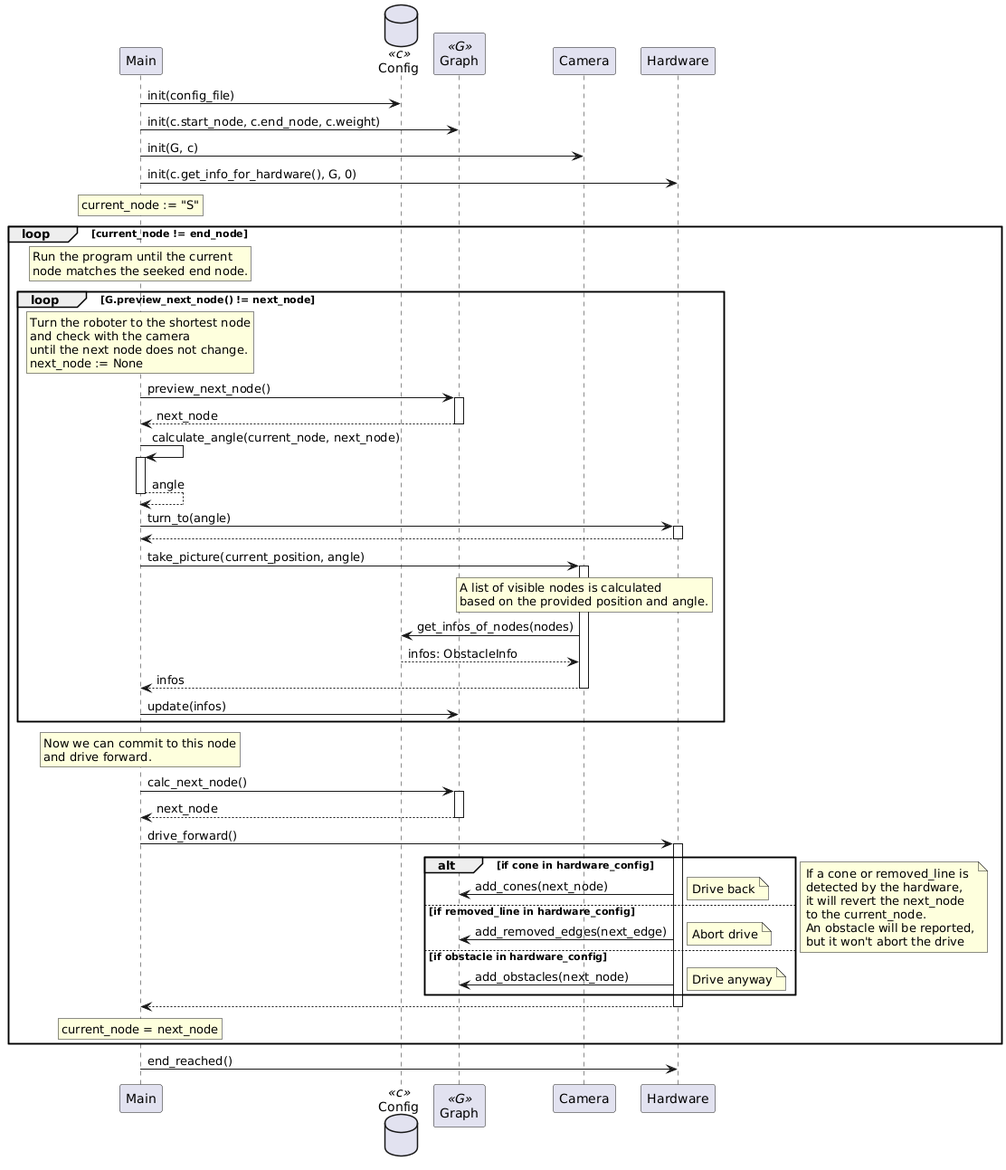
Earlier version of the PlantUML export img/simulation/Simulator_Laufzeitdiagramm.png (gianfurrer/hslu-pren1-documentation). The source it was exported from:
```plantuml
@startuml
participant Main
database Config<<c>>
participant Graph<<G>>
participant Camera
participant Hardware

Main -> Config : init(config_file)
Main -> Graph : init(c.start_node, c.end_node, c.weight)
Main -> Camera : init(G, c)
Main -> Hardware : init(c.get_info_for_hardware(), G, 0)

rnote over Main: current_node := "S"
loop current_node != end_node
  rnote over Main : Run the program until the current\nnode matches the seeked end node.
  loop G.preview_next_node() != next_node
    rnote over Main : Turn the roboter to the shortest node\nand check with the camera\nuntil the next node does not change.\nnext_node := None

    Main -> Graph : preview_next_node()
    activate Graph
    return next_node
    Main -> Main ++ : calculate_angle(current_node, next_node)
    return angle
    Main -> Hardware : turn_to(angle)
    activate Hardware
    return

    Main -> Camera : take_picture(current_position, angle)
    activate Camera
    rnote over Camera : A list of visible nodes is calculated\nbased on the provided position and angle.
    Camera -> Config : get_infos_of_nodes(nodes)
    Config --> Camera : infos: ObstacleInfo
    return infos

    Main -> Graph: update(infos)
  end
  rnote over Main: Now we can commit to this node\nand drive forward.
  Main -> Graph: calc_next_node()
  activate Graph
  return next_node
  Main -> Hardware : drive_forward()
  activate Hardware
  alt if cone in hardware_config
    Hardware -> Graph: add_cones(next_node)
    note right: Drive back
  else if removed_line in hardware_config
    Hardware -> Graph: add_removed_edges(next_edge)
    note right: Abort drive
  else if obstacle in hardware_config
    Hardware -> Graph: add_obstacles(next_node)
    note right: Drive anyway
  end alt
  note right: If a cone or removed_line is\ndetected by the hardware,\nit will revert the next_node\nto the current_node.\nAn obstacle will be reported,\nbut it won't abort the drive
  return
  rnote over Main: current_node = next_node
end

Main -> Hardware: end_reached()
@enduml
```
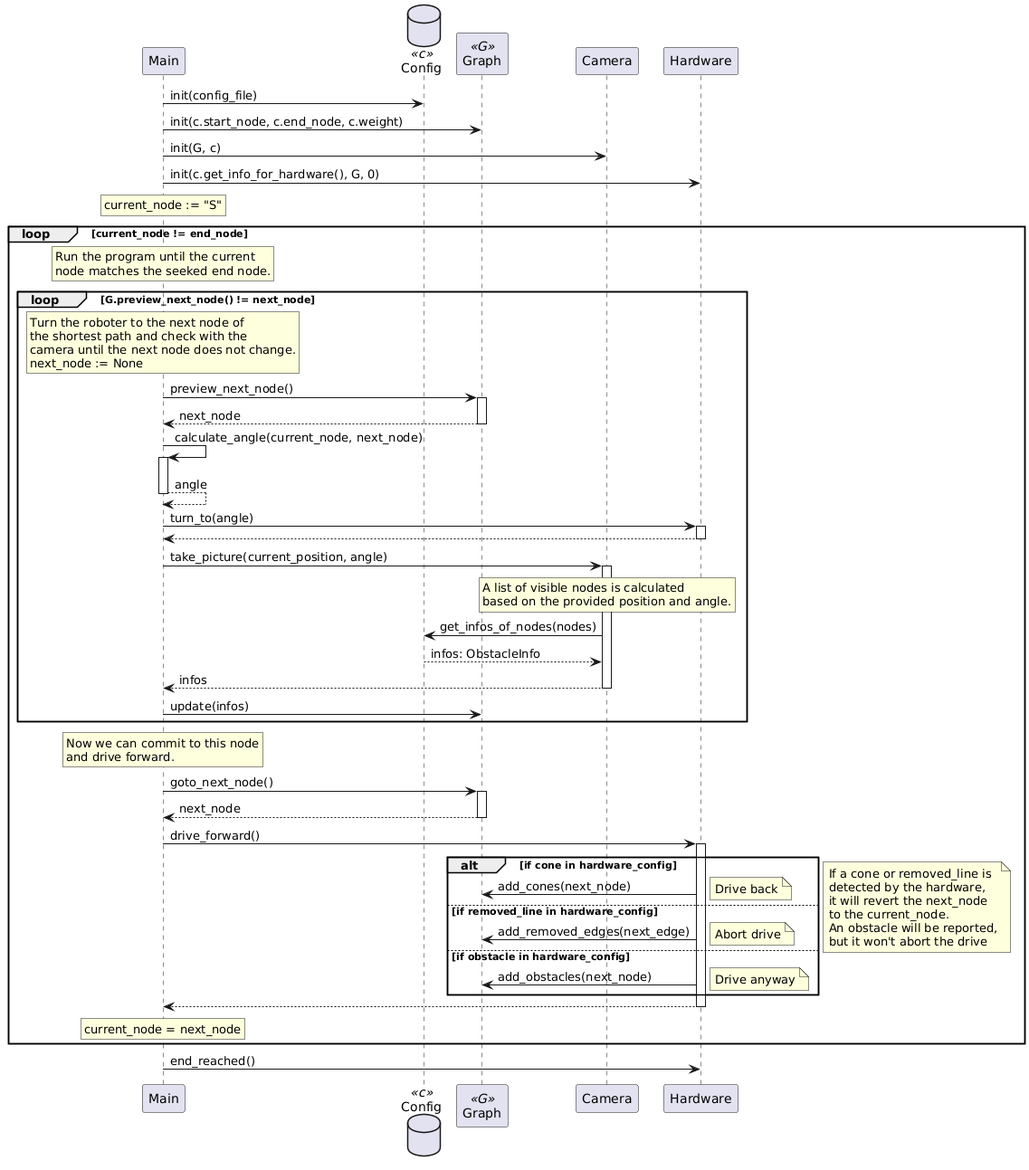
After the change.

The edit, as a diff of the source:
```diff
@@ -14,7 +14,7 @@
 loop current_node != end_node
   rnote over Main : Run the program until the current\nnode matches the seeked end node.
   loop G.preview_next_node() != next_node
-    rnote over Main : Turn the roboter to the shortest node\nand check with the camera\nuntil the next node does not change.\nnext_node := None
+    rnote over Main : Turn the roboter to the next node of \nthe shortest path and check with the \ncamera until the next node does not change.\nnext_node := None
 
     Main -> Graph : preview_next_node()
     activate Graph
@@ -35,7 +35,7 @@
     Main -> Graph: update(infos)
   end
   rnote over Main: Now we can commit to this node\nand drive forward.
-  Main -> Graph: calc_next_node()
+  Main -> Graph: goto_next_node()
   activate Graph
   return next_node
   Main -> Hardware : drive_forward()
```
